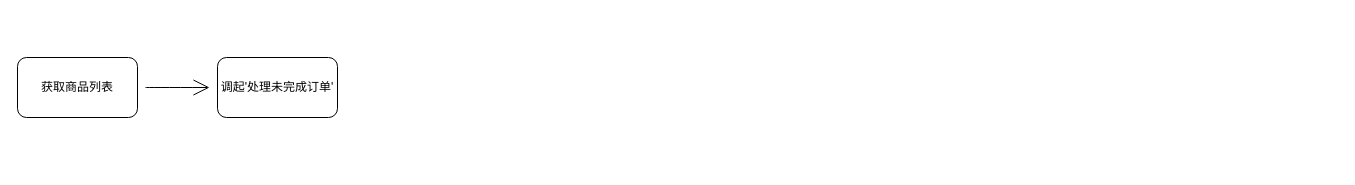
This is 未命名绘图.drawio from ChinaChong/Diagrams, a draw.io file, before an edit. Source tidied: cells renumbered, new cells numbered last; positions are measured from the earlier drawing's top-left corner, leaving out a move shared by most shapes. Both pictures are drawn from the tidied source at 100%, with x=0, y=0 at pixel (17, 57).
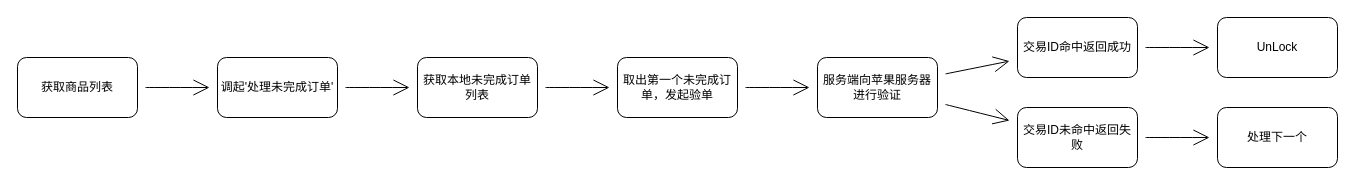
After the change.

Commit message (it also covers changes not shown here):
处理未完成订单.drawio

What changed in the source:
```diff
@@
 <mxGraphModel>
   <root>
     <mxCell id="0" />
     <mxCell id="1" parent="0" />
     <mxCell id="2" style="edgeStyle=none;curved=1;rounded=0;jettySize=auto;html=1;endArrow=open;startSize=14;endSize=14;sourcePerimeterSpacing=8;targetPerimeterSpacing=8;" parent="1" edge="1" source="3" target="4">
       <mxGeometry relative="1" as="geometry" />
     </mxCell>
     <mxCell id="3" value="获取商品列表" style="rounded=1;whiteSpace=wrap;html=1;hachureGap=4;" parent="1" vertex="1">
       <mxGeometry width="120" height="60" as="geometry" />
     </mxCell>
+    <mxCell id="5" style="edgeStyle=none;curved=1;rounded=0;jettySize=auto;html=1;endArrow=open;startSize=14;endSize=14;sourcePerimeterSpacing=8;targetPerimeterSpacing=8;" parent="1" edge="1" source="4" target="7">
+      <mxGeometry relative="1" as="geometry" />
+    </mxCell>
     <mxCell id="4" value="调起'处理未完成订单'" style="whiteSpace=wrap;html=1;rounded=1;hachureGap=4;" parent="1" vertex="1">
       <mxGeometry x="200" width="120" height="60" as="geometry" />
     </mxCell>
+    <mxCell id="6" style="edgeStyle=none;curved=1;rounded=0;jettySize=auto;html=1;endArrow=open;startSize=14;endSize=14;sourcePerimeterSpacing=8;targetPerimeterSpacing=8;" parent="1" edge="1" source="7" target="9">
+      <mxGeometry relative="1" as="geometry" />
+    </mxCell>
+    <mxCell id="7" value="获取本地未完成订单列表" style="whiteSpace=wrap;html=1;rounded=1;hachureGap=4;" parent="1" vertex="1">
+      <mxGeometry x="400" width="120" height="60" as="geometry" />
+    </mxCell>
+    <mxCell id="8" style="edgeStyle=none;curved=1;rounded=0;jettySize=auto;html=1;endArrow=open;startSize=14;endSize=14;sourcePerimeterSpacing=8;targetPerimeterSpacing=8;" parent="1" edge="1" source="9" target="12">
+      <mxGeometry relative="1" as="geometry" />
+    </mxCell>
+    <mxCell id="9" value="取出第一个未完成订单，发起验单" style="whiteSpace=wrap;html=1;rounded=1;hachureGap=4;" parent="1" vertex="1">
+      <mxGeometry x="600" width="120" height="60" as="geometry" />
+    </mxCell>
+    <mxCell id="10" style="edgeStyle=none;curved=1;rounded=0;jettySize=auto;html=1;endArrow=open;startSize=14;endSize=14;sourcePerimeterSpacing=8;targetPerimeterSpacing=8;" parent="1" edge="1" source="12" target="14">
+      <mxGeometry relative="1" as="geometry" />
+    </mxCell>
+    <mxCell id="11" style="edgeStyle=none;curved=1;rounded=0;jettySize=auto;html=1;endArrow=open;startSize=14;endSize=14;sourcePerimeterSpacing=8;targetPerimeterSpacing=8;" parent="1" edge="1" source="12" target="16">
+      <mxGeometry relative="1" as="geometry" />
+    </mxCell>
+    <mxCell id="12" value="服务端向苹果服务器进行验证" style="whiteSpace=wrap;html=1;rounded=1;hachureGap=4;" parent="1" vertex="1">
+      <mxGeometry x="800" width="120" height="60" as="geometry" />
+    </mxCell>
+    <mxCell id="13" style="edgeStyle=none;curved=1;rounded=0;jettySize=auto;html=1;endArrow=open;startSize=14;endSize=14;sourcePerimeterSpacing=8;targetPerimeterSpacing=8;" parent="1" edge="1" source="14" target="17">
+      <mxGeometry relative="1" as="geometry" />
+    </mxCell>
+    <mxCell id="14" value="交易ID命中返回成功" style="whiteSpace=wrap;html=1;rounded=1;hachureGap=4;" parent="1" vertex="1">
+      <mxGeometry x="1000" y="-40" width="120" height="60" as="geometry" />
+    </mxCell>
+    <mxCell id="15" style="edgeStyle=none;curved=1;rounded=0;jettySize=auto;html=1;endArrow=open;startSize=14;endSize=14;sourcePerimeterSpacing=8;targetPerimeterSpacing=8;" parent="1" edge="1" source="16" target="18">
+      <mxGeometry relative="1" as="geometry" />
+    </mxCell>
+    <mxCell id="16" value="交易ID未命中返回失败" style="whiteSpace=wrap;html=1;rounded=1;hachureGap=4;" parent="1" vertex="1">
+      <mxGeometry x="1000" y="50" width="120" height="60" as="geometry" />
+    </mxCell>
+    <mxCell id="17" value="UnLock" style="whiteSpace=wrap;html=1;rounded=1;hachureGap=4;" parent="1" vertex="1">
+      <mxGeometry x="1200" y="-40" width="120" height="60" as="geometry" />
+    </mxCell>
+    <mxCell id="18" value="处理下一个" style="whiteSpace=wrap;html=1;rounded=1;hachureGap=4;" parent="1" vertex="1">
+      <mxGeometry x="1200" y="50" width="120" height="60" as="geometry" />
+    </mxCell>
   </root>
 </mxGraphModel>
```
